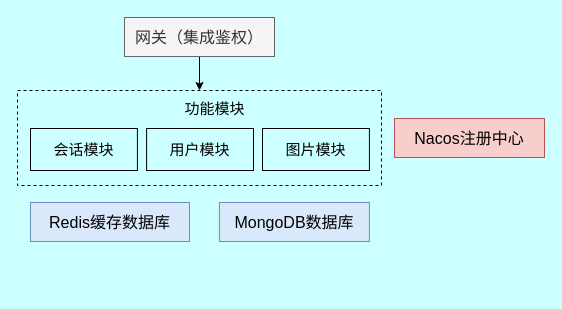
The draw.io diagram page "功能架构" (2 of 4) of findMe-UML.dio in swsk33/find-me-cloud, before the edit. Source tidied: cells renumbered, new cells numbered last; positions are measured from the earlier drawing's top-left corner, leaving out a move shared by most shapes. Both pictures are drawn from the tidied source at 100%, with x=0, y=0 at pixel (17, 17).
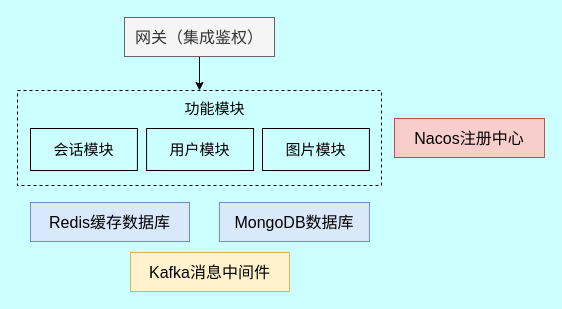
The same diagram, later.

The edit, as a diff of the source:
```diff
@@
 <mxGraphModel background="#CCFFFF">
   <root>
     <mxCell id="0" />
     <mxCell id="1" parent="0" />
     <mxCell id="2" style="edgeStyle=orthogonalEdgeStyle;rounded=0;jettySize=auto;html=1;exitX=0.5;exitY=1;exitDx=0;exitDy=0;entryX=0.5;entryY=0;entryDx=0;entryDy=0;" parent="1" edge="1" source="3" target="7">
       <mxGeometry relative="1" as="geometry" />
     </mxCell>
     <mxCell id="3" value="&lt;font style=&quot;font-size: 16px;&quot;&gt;网关（集成鉴权）&lt;/font&gt;" style="rounded=0;whiteSpace=wrap;html=1;strokeColor=#666666;fillColor=#f5f5f5;fontColor=#333333;" parent="1" vertex="1">
       <mxGeometry x="107" width="150" height="39" as="geometry" />
     </mxCell>
     <mxCell id="4" value="&lt;span style=&quot;font-size: 16px;&quot;&gt;Nacos注册中心&lt;/span&gt;" style="rounded=0;whiteSpace=wrap;html=1;strokeColor=#b85450;fillColor=#f8cecc;" parent="1" vertex="1">
       <mxGeometry x="377" y="101" width="150" height="39" as="geometry" />
     </mxCell>
     <mxCell id="5" value="&lt;span style=&quot;font-size: 16px;&quot;&gt;MongoDB数据库&lt;/span&gt;" style="rounded=0;whiteSpace=wrap;html=1;strokeColor=#6c8ebf;fillColor=#dae8fc;" parent="1" vertex="1">
       <mxGeometry x="201.9" y="185" width="150" height="39" as="geometry" />
     </mxCell>
     <mxCell id="6" value="&lt;span style=&quot;font-size: 16px;&quot;&gt;Redis缓存数据库&lt;/span&gt;" style="rounded=0;whiteSpace=wrap;html=1;strokeColor=#6c8ebf;fillColor=#dae8fc;" parent="1" vertex="1">
       <mxGeometry x="13" y="185" width="159" height="39" as="geometry" />
     </mxCell>
     <mxCell id="7" style="rounded=0;whiteSpace=wrap;html=1;fillColor=none;dashed=1;" parent="1" vertex="1">
       <mxGeometry y="73" width="364" height="95" as="geometry" />
     </mxCell>
     <mxCell id="8" value="&lt;font style=&quot;font-size: 15px;&quot;&gt;功能模块&lt;/font&gt;" style="text;html=1;align=center;verticalAlign=middle;strokeColor=none;fillColor=none;" parent="1" vertex="1">
       <mxGeometry x="158" y="76" width="78" height="30" as="geometry" />
     </mxCell>
     <mxCell id="9" value="会话模块" style="rounded=0;whiteSpace=wrap;html=1;fontSize=15;fillColor=none;" parent="1" vertex="1">
       <mxGeometry x="13" y="111" width="106.9" height="42" as="geometry" />
     </mxCell>
     <mxCell id="10" value="用户模块" style="rounded=0;whiteSpace=wrap;html=1;fontSize=15;fillColor=none;" parent="1" vertex="1">
       <mxGeometry x="129.1" y="111" width="106.9" height="42" as="geometry" />
     </mxCell>
     <mxCell id="11" value="图片模块" style="rounded=0;whiteSpace=wrap;html=1;fontSize=15;fillColor=none;" parent="1" vertex="1">
       <mxGeometry x="245" y="111" width="106.9" height="42" as="geometry" />
     </mxCell>
+    <mxCell id="12" value="&lt;span style=&quot;font-size: 16px;&quot;&gt;Kafka消息中间件&lt;/span&gt;" style="rounded=0;whiteSpace=wrap;html=1;strokeColor=#d6b656;fillColor=#fff2cc;" parent="1" vertex="1">
+      <mxGeometry x="113" y="235" width="159" height="39" as="geometry" />
+    </mxCell>
   </root>
 </mxGraphModel>
```
